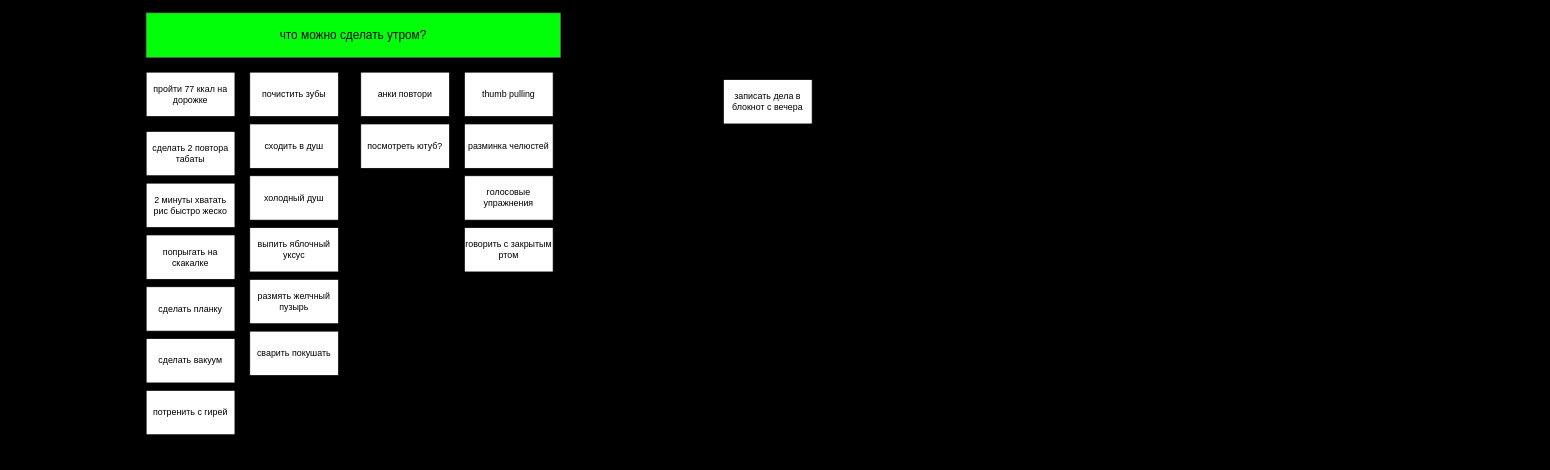
The draw.io diagram test.drawio in terminatorec/drawio_files, before the edit. Source tidied: cells renumbered, new cells numbered last; positions are measured from the earlier drawing's top-left corner, leaving out a move shared by most shapes. Both pictures are drawn from the tidied source at 74%, with x=0, y=0 at pixel (146, 13).
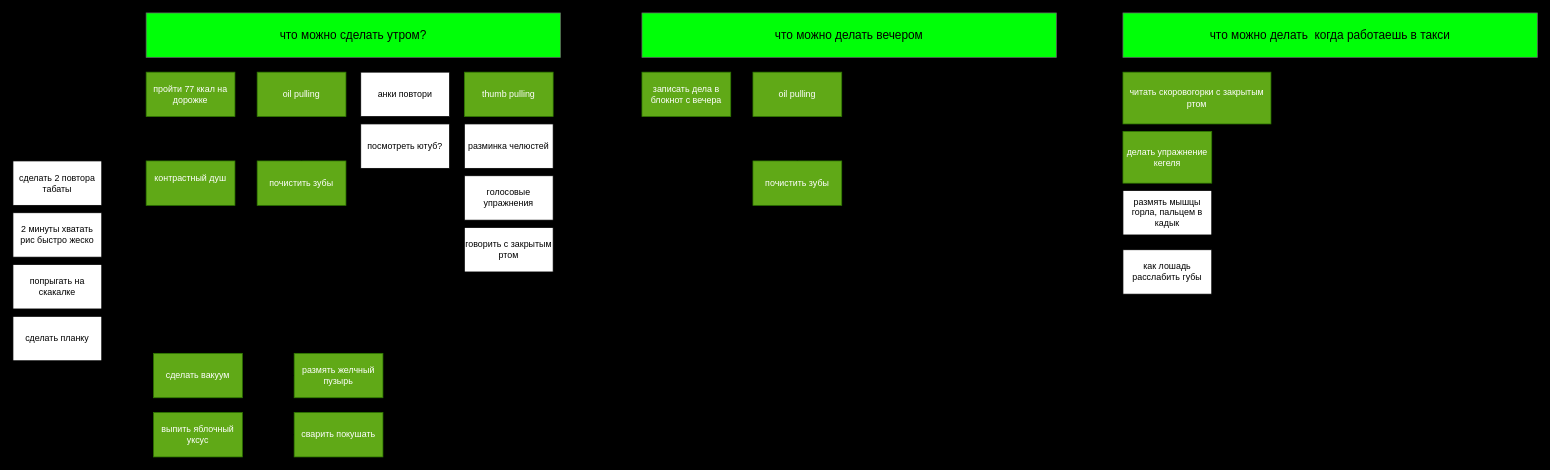
Above is the later version.

Change to the diagram source:
```diff
@@
+    <mxCell id="23" style="edgeStyle=orthogonalEdgeStyle;rounded=0;jettySize=auto;html=1;entryX=0.5;entryY=0;entryDx=0;entryDy=0;" parent="1" edge="1" source="3" target="7">
+      <mxGeometry relative="1" as="geometry" />
+    </mxCell>
-    <mxCell id="3" value="пройти 77 ккал на дорожке" style="rounded=0;whiteSpace=wrap;html=1;labelBackgroundColor=none;" parent="1" vertex="1">
+    <mxCell id="3" value="пройти 77 ккал на дорожке" style="rounded=0;whiteSpace=wrap;html=1;labelBackgroundColor=none;fillColor=#60a917;strokeColor=#2D7600;fontColor=#ffffff;" parent="1" vertex="1">
       <mxGeometry y="80" width="120" height="60" as="geometry" />
     </mxCell>
     <mxCell id="4" value="сделать 2 повтора табаты" style="rounded=0;whiteSpace=wrap;html=1;labelBackgroundColor=none;" parent="1" vertex="1">
-      <mxGeometry y="160" width="120" height="60" as="geometry" />
+      <mxGeometry x="-180" y="200" width="120" height="60" as="geometry" />
     </mxCell>
-    <mxCell id="5" value="почистить зубы" style="rounded=0;whiteSpace=wrap;html=1;labelBackgroundColor=none;" parent="1" vertex="1">
-      <mxGeometry x="140" y="80" width="120" height="60" as="geometry" />
+    <mxCell id="5" value="почистить зубы" style="rounded=0;whiteSpace=wrap;html=1;labelBackgroundColor=none;fillColor=#60a917;fontColor=#ffffff;strokeColor=#2D7600;" parent="1" vertex="1">
+      <mxGeometry x="150" y="200" width="120" height="60" as="geometry" />
     </mxCell>
-    <mxCell id="6" value="сходить в душ" style="rounded=0;whiteSpace=wrap;html=1;labelBackgroundColor=none;" parent="1" vertex="1">
-      <mxGeometry x="140" y="150" width="120" height="60" as="geometry" />
-    </mxCell>
-    <mxCell id="7" value="&lt;div&gt;холодный душ&lt;/div&gt;" style="rounded=0;whiteSpace=wrap;html=1;labelBackgroundColor=none;" parent="1" vertex="1">
-      <mxGeometry x="140" y="220" width="120" height="60" as="geometry" />
+    <mxCell id="7" value="&lt;div&gt;контрастный душ&lt;/div&gt;&lt;div&gt;&lt;br&gt;&lt;/div&gt;" style="rounded=0;whiteSpace=wrap;html=1;labelBackgroundColor=none;fillColor=#60a917;fontColor=#ffffff;strokeColor=#2D7600;" parent="1" vertex="1">
+      <mxGeometry y="200" width="120" height="60" as="geometry" />
     </mxCell>
-    <mxCell id="8" value="сварить покушать" style="rounded=0;whiteSpace=wrap;html=1;labelBackgroundColor=none;" parent="1" vertex="1">
-      <mxGeometry x="140" y="430" width="120" height="60" as="geometry" />
+    <mxCell id="8" value="сварить покушать" style="rounded=0;whiteSpace=wrap;html=1;labelBackgroundColor=none;fillColor=#60a917;fontColor=#ffffff;strokeColor=#2D7600;" parent="1" vertex="1">
+      <mxGeometry x="200" y="540" width="120" height="60" as="geometry" />
     </mxCell>
+    <mxCell id="24" style="edgeStyle=orthogonalEdgeStyle;rounded=0;jettySize=auto;html=1;entryX=0;entryY=0.5;entryDx=0;entryDy=0;" parent="1" edge="1" source="9" target="8">
+      <mxGeometry relative="1" as="geometry" />
+    </mxCell>
-    <mxCell id="9" value="выпить яблочный уксус" style="rounded=0;whiteSpace=wrap;html=1;labelBackgroundColor=none;" parent="1" vertex="1">
-      <mxGeometry x="140" y="290" width="120" height="60" as="geometry" />
+    <mxCell id="9" value="выпить яблочный уксус" style="rounded=0;whiteSpace=wrap;html=1;labelBackgroundColor=none;fillColor=#60a917;fontColor=#ffffff;strokeColor=#2D7600;" parent="1" vertex="1">
+      <mxGeometry x="10" y="540" width="120" height="60" as="geometry" />
     </mxCell>
-    <mxCell id="10" value="размять желчный пузырь" style="rounded=0;whiteSpace=wrap;html=1;labelBackgroundColor=none;" parent="1" vertex="1">
-      <mxGeometry x="140" y="360" width="120" height="60" as="geometry" />
+    <mxCell id="10" value="размять желчный пузырь" style="rounded=0;whiteSpace=wrap;html=1;labelBackgroundColor=none;fillColor=#60a917;fontColor=#ffffff;strokeColor=#2D7600;" parent="1" vertex="1">
+      <mxGeometry x="200" y="460" width="120" height="60" as="geometry" />
     </mxCell>
+    <mxCell id="25" style="edgeStyle=orthogonalEdgeStyle;rounded=0;jettySize=auto;html=1;entryX=0;entryY=0.5;entryDx=0;entryDy=0;" parent="1" edge="1" source="11" target="10">
+      <mxGeometry relative="1" as="geometry" />
+    </mxCell>
-    <mxCell id="11" value="сделать вакуум" style="rounded=0;whiteSpace=wrap;html=1;labelBackgroundColor=none;" parent="1" vertex="1">
-      <mxGeometry y="440" width="120" height="60" as="geometry" />
+    <mxCell id="11" value="сделать вакуум" style="rounded=0;whiteSpace=wrap;html=1;labelBackgroundColor=none;fillColor=#60a917;fontColor=#ffffff;strokeColor=#2D7600;" parent="1" vertex="1">
+      <mxGeometry x="10" y="460" width="120" height="60" as="geometry" />
     </mxCell>
     <mxCell id="12" value="&lt;div&gt;сделать планку&lt;/div&gt;" style="rounded=0;whiteSpace=wrap;html=1;labelBackgroundColor=none;" parent="1" vertex="1">
-      <mxGeometry y="370" width="120" height="60" as="geometry" />
+      <mxGeometry x="-180" y="410" width="120" height="60" as="geometry" />
     </mxCell>
-    <mxCell id="13" value="thumb pulling" style="rounded=0;whiteSpace=wrap;html=1;labelBackgroundColor=none;" parent="1" vertex="1">
+    <mxCell id="13" value="thumb pulling" style="rounded=0;whiteSpace=wrap;html=1;labelBackgroundColor=none;fillColor=#60a917;fontColor=#ffffff;strokeColor=#2D7600;" parent="1" vertex="1">
       <mxGeometry x="430" y="80" width="120" height="60" as="geometry" />
     </mxCell>
@@
     <mxCell id="18" value="&lt;div&gt;попрыгать на скакалке&lt;/div&gt;" style="rounded=0;whiteSpace=wrap;html=1;labelBackgroundColor=none;" parent="1" vertex="1">
-      <mxGeometry y="300" width="120" height="60" as="geometry" />
+      <mxGeometry x="-180" y="340" width="120" height="60" as="geometry" />
     </mxCell>
     <mxCell id="19" value="&lt;div&gt;2 минуты хватать рис быстро жеско&lt;/div&gt;" style="rounded=0;whiteSpace=wrap;html=1;labelBackgroundColor=none;" parent="1" vertex="1">
-      <mxGeometry y="230" width="120" height="60" as="geometry" />
+      <mxGeometry x="-180" y="270" width="120" height="60" as="geometry" />
     </mxCell>
@@
-    <mxCell id="21" value="&lt;div&gt;записать дела в блокнот с вечера&lt;/div&gt;" style="rounded=0;whiteSpace=wrap;html=1;labelBackgroundColor=none;" parent="1" vertex="1">
-      <mxGeometry x="780" y="90" width="120" height="60" as="geometry" />
+    <mxCell id="21" value="&lt;div&gt;записать дела в блокнот с вечера&lt;/div&gt;" style="rounded=0;whiteSpace=wrap;html=1;labelBackgroundColor=none;fillColor=#60a917;fontColor=#ffffff;strokeColor=#2D7600;" parent="1" vertex="1">
+      <mxGeometry x="670" y="80" width="120" height="60" as="geometry" />
     </mxCell>
-    <mxCell id="22" value="&lt;div&gt;потренить с гирей&lt;/div&gt;" style="rounded=0;whiteSpace=wrap;html=1;labelBackgroundColor=none;" parent="1" vertex="1">
-      <mxGeometry y="510" width="120" height="60" as="geometry" />
-    </mxCell>
+    <mxCell id="26" style="edgeStyle=orthogonalEdgeStyle;rounded=0;jettySize=auto;html=1;" parent="1" edge="1" source="27" target="5">
+      <mxGeometry relative="1" as="geometry" />
+    </mxCell>
+    <mxCell id="27" value="oil pulling" style="rounded=0;whiteSpace=wrap;html=1;labelBackgroundColor=none;fillColor=#60a917;fontColor=#ffffff;strokeColor=#2D7600;" parent="1" vertex="1">
+      <mxGeometry x="150" y="80" width="120" height="60" as="geometry" />
+    </mxCell>
+    <mxCell id="28" value="&lt;div&gt;что можно делать вечером&lt;/div&gt;" style="rounded=0;whiteSpace=wrap;html=1;labelBackgroundColor=none;fillColor=#00FF08;strokeColor=#666666;fontColor=#000000;gradientColor=none;fontSize=16;" parent="1" vertex="1">
+      <mxGeometry x="670" width="560" height="60" as="geometry" />
+    </mxCell>
+    <mxCell id="29" value="почистить зубы" style="rounded=0;whiteSpace=wrap;html=1;labelBackgroundColor=none;fillColor=#60a917;fontColor=#ffffff;strokeColor=#2D7600;" parent="1" vertex="1">
+      <mxGeometry x="820" y="200" width="120" height="60" as="geometry" />
+    </mxCell>
+    <mxCell id="30" style="edgeStyle=orthogonalEdgeStyle;rounded=0;jettySize=auto;html=1;" parent="1" edge="1" source="31" target="29">
+      <mxGeometry relative="1" as="geometry" />
+    </mxCell>
+    <mxCell id="31" value="oil pulling" style="rounded=0;whiteSpace=wrap;html=1;labelBackgroundColor=none;fillColor=#60a917;fontColor=#ffffff;strokeColor=#2D7600;" parent="1" vertex="1">
+      <mxGeometry x="820" y="80" width="120" height="60" as="geometry" />
+    </mxCell>
+    <mxCell id="32" value="&lt;div&gt;что можно делать&amp;nbsp; когда работаешь в такси&lt;/div&gt;" style="rounded=0;whiteSpace=wrap;html=1;labelBackgroundColor=none;fillColor=#00FF08;strokeColor=#666666;fontColor=#000000;gradientColor=none;fontSize=16;" parent="1" vertex="1">
+      <mxGeometry x="1320" width="560" height="60" as="geometry" />
+    </mxCell>
+    <mxCell id="33" value="читать скоровогорки с закрытым ртом" style="rounded=0;whiteSpace=wrap;html=1;labelBackgroundColor=none;fillColor=#60a917;fontColor=#ffffff;strokeColor=#2D7600;" parent="1" vertex="1">
+      <mxGeometry x="1320" y="80" width="200" height="70" as="geometry" />
+    </mxCell>
+    <mxCell id="34" value="размять мышцы горла, пальцем в кадык" style="rounded=0;whiteSpace=wrap;html=1;labelBackgroundColor=none;" parent="1" vertex="1">
+      <mxGeometry x="1320" y="240" width="120" height="60" as="geometry" />
+    </mxCell>
+    <mxCell id="35" value="делать упражнение кегеля" style="rounded=0;whiteSpace=wrap;html=1;labelBackgroundColor=none;fillColor=#60a917;fontColor=#ffffff;strokeColor=#2D7600;" parent="1" vertex="1">
+      <mxGeometry x="1320" y="160" width="120" height="70" as="geometry" />
+    </mxCell>
+    <mxCell id="36" value="как лошадь расслабить губы" style="rounded=0;whiteSpace=wrap;html=1;labelBackgroundColor=none;" parent="1" vertex="1">
+      <mxGeometry x="1320" y="320" width="120" height="60" as="geometry" />
+    </mxCell>
```
